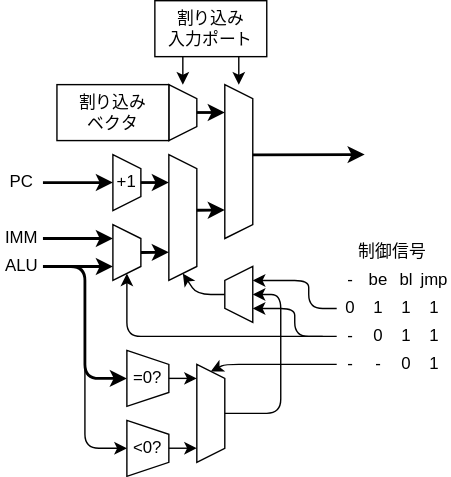
amane-uehara/kanade-k-1228.github.io keeps this draw.io diagram as Lab/Computer/Micon/01_CPU/img/pfc.dio.svg. Above is the earlier version. Source tidied: cells renumbered, new cells last; positions are measured from the earlier drawing's top-left corner, leaving out a move shared by most shapes.
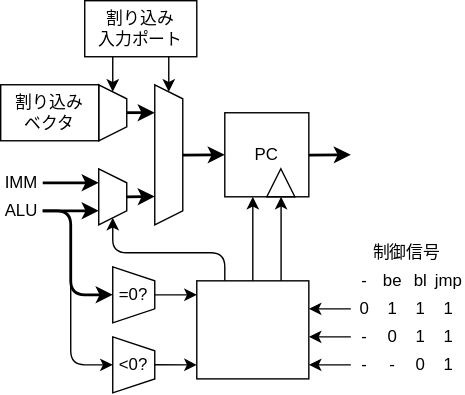
The same file after the commit.

Diff of the diagram source:
```diff
@@ -3,145 +3,106 @@
     <mxCell id="0" />
     <mxCell id="1" parent="0" />
     <mxCell id="2" style="shape=trapezoid;perimeter=trapezoidPerimeter;whiteSpace=wrap;html=1;fixedSize=1;direction=south;size=10;" parent="1" vertex="1">
-      <mxGeometry x="160" y="60" width="20" height="110" as="geometry" />
+      <mxGeometry x="100" y="60" width="20" height="100" as="geometry" />
     </mxCell>
     <mxCell id="3" style="shape=trapezoid;perimeter=trapezoidPerimeter;whiteSpace=wrap;html=1;fixedSize=1;direction=south;size=10;" parent="1" vertex="1">
-      <mxGeometry x="120" y="60" width="20" height="40" as="geometry" />
+      <mxGeometry x="60" y="60" width="20" height="40" as="geometry" />
     </mxCell>
     <mxCell id="4" value="割り込み&lt;br&gt;ベクタ" style="rounded=0;whiteSpace=wrap;html=1;" parent="1" vertex="1">
-      <mxGeometry x="40" y="60" width="80" height="40" as="geometry" />
+      <mxGeometry x="-10" y="60" width="70" height="40" as="geometry" />
     </mxCell>
     <mxCell id="5" style="endArrow=classic;html=1;" parent="1" edge="1">
       <mxGeometry relative="1" as="geometry">
-        <mxPoint x="130" y="40" as="sourcePoint" />
-        <mxPoint x="130" y="60" as="targetPoint" />
+        <mxPoint x="70" y="40" as="sourcePoint" />
+        <mxPoint x="70" y="65" as="targetPoint" />
       </mxGeometry>
     </mxCell>
     <mxCell id="6" value="割り込み&lt;br&gt;入力ポート" style="rounded=0;whiteSpace=wrap;html=1;" parent="1" vertex="1">
-      <mxGeometry x="110" width="80" height="40" as="geometry" />
+      <mxGeometry x="50" width="80" height="40" as="geometry" />
     </mxCell>
     <mxCell id="7" style="endArrow=classic;html=1;" parent="1" edge="1">
       <mxGeometry relative="1" as="geometry">
-        <mxPoint x="170" y="40" as="sourcePoint" />
-        <mxPoint x="170" y="60" as="targetPoint" />
+        <mxPoint x="110" y="40" as="sourcePoint" />
+        <mxPoint x="110" y="65" as="targetPoint" />
       </mxGeometry>
     </mxCell>
     <mxCell id="8" style="endArrow=classic;html=1;strokeWidth=2;" parent="1" edge="1">
       <mxGeometry relative="1" as="geometry">
-        <mxPoint x="140" y="79.9" as="sourcePoint" />
-        <mxPoint x="160" y="79.9" as="targetPoint" />
+        <mxPoint x="80" y="79.9" as="sourcePoint" />
+        <mxPoint x="100" y="79.9" as="targetPoint" />
       </mxGeometry>
     </mxCell>
-    <mxCell id="9" value="+1" style="shape=trapezoid;perimeter=trapezoidPerimeter;whiteSpace=wrap;html=1;fixedSize=1;direction=south;size=10;" parent="1" vertex="1">
-      <mxGeometry x="80" y="110" width="20" height="40" as="geometry" />
-    </mxCell>
-    <mxCell id="10" style="endArrow=classic;html=1;strokeWidth=2;" parent="1" edge="1">
-      <mxGeometry relative="1" as="geometry">
-        <mxPoint x="100" y="130" as="sourcePoint" />
-        <mxPoint x="120" y="130" as="targetPoint" />
-      </mxGeometry>
-    </mxCell>
     <mxCell id="11" style="endArrow=classic;html=1;strokeWidth=2;" parent="1" edge="1">
       <mxGeometry relative="1" as="geometry">
-        <mxPoint x="100" y="180" as="sourcePoint" />
-        <mxPoint x="120" y="179.8" as="targetPoint" />
+        <mxPoint x="80" y="140" as="sourcePoint" />
+        <mxPoint x="100" y="139.8" as="targetPoint" />
       </mxGeometry>
     </mxCell>
-    <mxCell id="12" style="endArrow=classic;html=1;strokeWidth=2;" parent="1" edge="1">
-      <mxGeometry relative="1" as="geometry">
-        <mxPoint x="30" y="130" as="sourcePoint" />
-        <mxPoint x="80" y="130" as="targetPoint" />
-      </mxGeometry>
-    </mxCell>
-    <mxCell id="13" style="shape=trapezoid;perimeter=trapezoidPerimeter;whiteSpace=wrap;html=1;fixedSize=1;direction=south;size=10;" parent="1" vertex="1">
-      <mxGeometry x="120" y="110" width="20" height="90" as="geometry" />
-    </mxCell>
-    <mxCell id="14" style="endArrow=classic;html=1;strokeWidth=2;" parent="1" edge="1">
-      <mxGeometry relative="1" as="geometry">
-        <mxPoint x="140" y="149.8" as="sourcePoint" />
-        <mxPoint x="160" y="149.6" as="targetPoint" />
-      </mxGeometry>
-    </mxCell>
     <mxCell id="15" style="endArrow=classic;html=1;strokeWidth=2;" parent="1" edge="1">
       <mxGeometry relative="1" as="geometry">
-        <mxPoint x="180" y="110.2" as="sourcePoint" />
-        <mxPoint x="260" y="110" as="targetPoint" />
+        <mxPoint x="120" y="110.2" as="sourcePoint" />
+        <mxPoint x="150" y="110" as="targetPoint" />
       </mxGeometry>
     </mxCell>
     <mxCell id="16" value="ALU" style="text;html=1;strokeColor=none;fillColor=none;align=center;verticalAlign=middle;whiteSpace=wrap;rounded=0;" parent="1" vertex="1">
-      <mxGeometry y="180" width="30" height="20" as="geometry" />
+      <mxGeometry x="-10" y="140" width="30" height="20" as="geometry" />
     </mxCell>
     <mxCell id="17" value="IMM" style="text;html=1;strokeColor=none;fillColor=none;align=center;verticalAlign=middle;whiteSpace=wrap;rounded=0;" parent="1" vertex="1">
-      <mxGeometry y="160" width="30" height="20" as="geometry" />
+      <mxGeometry x="-10" y="120" width="30" height="20" as="geometry" />
     </mxCell>
-    <mxCell id="18" value="PC" style="text;html=1;strokeColor=none;fillColor=none;align=center;verticalAlign=middle;whiteSpace=wrap;rounded=0;" parent="1" vertex="1">
-      <mxGeometry y="120" width="30" height="20" as="geometry" />
-    </mxCell>
     <mxCell id="19" style="endArrow=classic;html=1;startArrow=none;startFill=0;strokeWidth=2;" parent="1" edge="1">
       <mxGeometry relative="1" as="geometry">
-        <mxPoint x="40" y="190" as="sourcePoint" />
-        <mxPoint x="90" y="270" as="targetPoint" />
+        <mxPoint x="20" y="150" as="sourcePoint" />
+        <mxPoint x="70" y="210" as="targetPoint" />
         <Array as="points">
-          <mxPoint x="60" y="190" />
-          <mxPoint x="60" y="270" />
+          <mxPoint x="40" y="150" />
+          <mxPoint x="40" y="210" />
         </Array>
       </mxGeometry>
     </mxCell>
-    <mxCell id="20" style="endArrow=classic;html=1;" parent="1" edge="1">
-      <mxGeometry relative="1" as="geometry">
-        <mxPoint x="160" y="210" as="sourcePoint" />
-        <mxPoint x="130" y="195" as="targetPoint" />
-        <Array as="points">
-          <mxPoint x="140" y="210" />
-        </Array>
-      </mxGeometry>
-    </mxCell>
     <mxCell id="21" value="制御信号" style="text;html=1;strokeColor=none;fillColor=none;align=center;verticalAlign=middle;whiteSpace=wrap;rounded=0;" parent="1" vertex="1">
       <mxGeometry x="240" y="170" width="80" height="20" as="geometry" />
     </mxCell>
     <mxCell id="22" value="=0?" style="shape=trapezoid;perimeter=trapezoidPerimeter;whiteSpace=wrap;html=1;fixedSize=1;direction=south;size=10;" parent="1" vertex="1">
-      <mxGeometry x="90" y="250" width="30" height="40" as="geometry" />
+      <mxGeometry x="70" y="190" width="30" height="40" as="geometry" />
     </mxCell>
     <mxCell id="23" value="&amp;lt;0?" style="shape=trapezoid;perimeter=trapezoidPerimeter;whiteSpace=wrap;html=1;fixedSize=1;direction=south;size=10;" parent="1" vertex="1">
-      <mxGeometry x="90" y="300" width="30" height="40" as="geometry" />
+      <mxGeometry x="70" y="240" width="30" height="40" as="geometry" />
     </mxCell>
     <mxCell id="24" style="endArrow=classic;html=1;startArrow=none;startFill=0;" parent="1" edge="1">
       <mxGeometry relative="1" as="geometry">
-        <mxPoint x="60" y="250" as="sourcePoint" />
-        <mxPoint x="90" y="320" as="targetPoint" />
+        <mxPoint x="40" y="190" as="sourcePoint" />
+        <mxPoint x="70" y="260" as="targetPoint" />
         <Array as="points">
-          <mxPoint x="60" y="320" />
+          <mxPoint x="40" y="260" />
         </Array>
       </mxGeometry>
     </mxCell>
-    <mxCell id="25" style="shape=trapezoid;perimeter=trapezoidPerimeter;whiteSpace=wrap;html=1;fixedSize=1;direction=south;size=10;" parent="1" vertex="1">
-      <mxGeometry x="140" y="260" width="20" height="70" as="geometry" />
-    </mxCell>
     <mxCell id="26" style="endArrow=classic;html=1;" parent="1" edge="1">
       <mxGeometry relative="1" as="geometry">
-        <mxPoint x="120" y="270" as="sourcePoint" />
-        <mxPoint x="140" y="270" as="targetPoint" />
+        <mxPoint x="100" y="210" as="sourcePoint" />
+        <mxPoint x="130" y="210" as="targetPoint" />
       </mxGeometry>
     </mxCell>
     <mxCell id="27" style="endArrow=classic;html=1;" parent="1" edge="1">
       <mxGeometry relative="1" as="geometry">
-        <mxPoint x="120" y="319.9" as="sourcePoint" />
-        <mxPoint x="140" y="319.9" as="targetPoint" />
+        <mxPoint x="100" y="259.9" as="sourcePoint" />
+        <mxPoint x="130" y="260" as="targetPoint" />
       </mxGeometry>
     </mxCell>
     <mxCell id="28" style="shape=trapezoid;perimeter=trapezoidPerimeter;whiteSpace=wrap;html=1;fixedSize=1;direction=south;size=10;" parent="1" vertex="1">
-      <mxGeometry x="80" y="160" width="20" height="40" as="geometry" />
+      <mxGeometry x="60" y="120" width="20" height="40" as="geometry" />
     </mxCell>
     <mxCell id="29" style="endArrow=classic;html=1;strokeWidth=2;" parent="1" edge="1">
       <mxGeometry relative="1" as="geometry">
-        <mxPoint x="30" y="190" as="sourcePoint" />
-        <mxPoint x="80" y="190" as="targetPoint" />
+        <mxPoint x="20" y="150" as="sourcePoint" />
+        <mxPoint x="60" y="150" as="targetPoint" />
       </mxGeometry>
     </mxCell>
     <mxCell id="30" style="endArrow=classic;html=1;strokeWidth=2;" parent="1" edge="1">
       <mxGeometry relative="1" as="geometry">
-        <mxPoint x="30" y="170" as="sourcePoint" />
-        <mxPoint x="80" y="170" as="targetPoint" />
+        <mxPoint x="20" y="130" as="sourcePoint" />
+        <mxPoint x="60" y="130" as="targetPoint" />
       </mxGeometry>
     </mxCell>
     <mxCell id="31" value="0" style="text;html=1;strokeColor=none;fillColor=none;align=center;verticalAlign=middle;whiteSpace=wrap;rounded=0;" parent="1" vertex="1">
@@ -191,57 +152,61 @@
     </mxCell>
     <mxCell id="46" style="endArrow=classic;html=1;" parent="1" edge="1">
       <mxGeometry relative="1" as="geometry">
-        <mxPoint x="240" y="240" as="sourcePoint" />
-        <mxPoint x="90" y="195" as="targetPoint" />
+        <mxPoint x="150" y="200" as="sourcePoint" />
+        <mxPoint x="70" y="155" as="targetPoint" />
         <Array as="points">
-          <mxPoint x="90" y="240" />
+          <mxPoint x="150" y="180" />
+          <mxPoint x="70" y="180" />
         </Array>
       </mxGeometry>
     </mxCell>
-    <mxCell id="47" style="endArrow=classic;html=1;" parent="1" edge="1">
-      <mxGeometry relative="1" as="geometry">
-        <mxPoint x="240" y="260" as="sourcePoint" />
-        <mxPoint x="150" y="265" as="targetPoint" />
-        <Array as="points">
-          <mxPoint x="160" y="260" />
-        </Array>
-      </mxGeometry>
-    </mxCell>
     <mxCell id="48" value="-" style="text;html=1;strokeColor=none;fillColor=none;align=center;verticalAlign=middle;whiteSpace=wrap;rounded=0;" parent="1" vertex="1">
       <mxGeometry x="240" y="190" width="20" height="20" as="geometry" />
     </mxCell>
-    <mxCell id="49" style="endArrow=classic;html=1;" parent="1" edge="1">
-      <mxGeometry relative="1" as="geometry">
-        <mxPoint x="160" y="295" as="sourcePoint" />
-        <mxPoint x="180" y="210" as="targetPoint" />
-        <Array as="points">
-          <mxPoint x="200" y="295" />
-          <mxPoint x="200" y="210" />
-        </Array>
-      </mxGeometry>
-    </mxCell>
-    <mxCell id="50" style="shape=trapezoid;perimeter=trapezoidPerimeter;whiteSpace=wrap;html=1;fixedSize=1;direction=north;size=10;" parent="1" vertex="1">
-      <mxGeometry x="160" y="190" width="20" height="40" as="geometry" />
-    </mxCell>
-    <mxCell id="51" style="endArrow=classic;html=1;" parent="1" edge="1">
-      <mxGeometry relative="1" as="geometry">
-        <mxPoint x="230" y="240" as="sourcePoint" />
-        <mxPoint x="180" y="220" as="targetPoint" />
-        <Array as="points">
-          <mxPoint x="210" y="240" />
-          <mxPoint x="210" y="220" />
-        </Array>
-      </mxGeometry>
-    </mxCell>
-    <mxCell id="52" style="endArrow=classic;html=1;" parent="1" edge="1">
-      <mxGeometry relative="1" as="geometry">
-        <mxPoint x="240" y="220" as="sourcePoint" />
-        <mxPoint x="180" y="200" as="targetPoint" />
-        <Array as="points">
-          <mxPoint x="220" y="220" />
-          <mxPoint x="220" y="200" />
-        </Array>
-      </mxGeometry>
-    </mxCell>
+    <mxCell id="18" value="PC" style="rounded=0;whiteSpace=wrap;html=1;" parent="1" vertex="1">
+      <mxGeometry x="150" y="80" width="60" height="60" as="geometry" />
+    </mxCell>
+    <mxCell id="53" style="triangle;whiteSpace=wrap;html=1;direction=north;fontSize=10;verticalAlign=bottom;" parent="1" vertex="1">
+      <mxGeometry x="180" y="120" width="20" height="20" as="geometry" />
+    </mxCell>
+    <mxCell id="54" style="endArrow=classic;html=1;" parent="1" edge="1">
+      <mxGeometry relative="1" as="geometry">
+        <mxPoint x="170" y="200" as="sourcePoint" />
+        <mxPoint x="170" y="140" as="targetPoint" />
+      </mxGeometry>
+    </mxCell>
+    <mxCell id="55" style="rounded=0;whiteSpace=wrap;html=1;" parent="1" vertex="1">
+      <mxGeometry x="130" y="200" width="80" height="70" as="geometry" />
+    </mxCell>
+    <mxCell id="56" style="endArrow=classic;html=1;" parent="1" edge="1">
+      <mxGeometry relative="1" as="geometry">
+        <mxPoint x="190.2" y="200" as="sourcePoint" />
+        <mxPoint x="190.2" y="140" as="targetPoint" />
+      </mxGeometry>
+    </mxCell>
+    <mxCell id="57" style="endArrow=classic;html=1;strokeWidth=2;" parent="1" edge="1">
+      <mxGeometry relative="1" as="geometry">
+        <mxPoint x="210" y="110.2" as="sourcePoint" />
+        <mxPoint x="240" y="110" as="targetPoint" />
+      </mxGeometry>
+    </mxCell>
+    <mxCell id="58" style="endArrow=classic;html=1;fontSize=10;" parent="1" edge="1">
+      <mxGeometry relative="1" as="geometry">
+        <mxPoint x="240" y="220" as="sourcePoint" />
+        <mxPoint x="210" y="220" as="targetPoint" />
+      </mxGeometry>
+    </mxCell>
+    <mxCell id="59" style="endArrow=classic;html=1;fontSize=10;" parent="1" edge="1">
+      <mxGeometry relative="1" as="geometry">
+        <mxPoint x="240" y="240" as="sourcePoint" />
+        <mxPoint x="210" y="240" as="targetPoint" />
+      </mxGeometry>
+    </mxCell>
+    <mxCell id="60" style="endArrow=classic;html=1;fontSize=10;" parent="1" edge="1">
+      <mxGeometry relative="1" as="geometry">
+        <mxPoint x="240" y="260" as="sourcePoint" />
+        <mxPoint x="210" y="260" as="targetPoint" />
+      </mxGeometry>
+    </mxCell>
   </root>
 </mxGraphModel>
```
